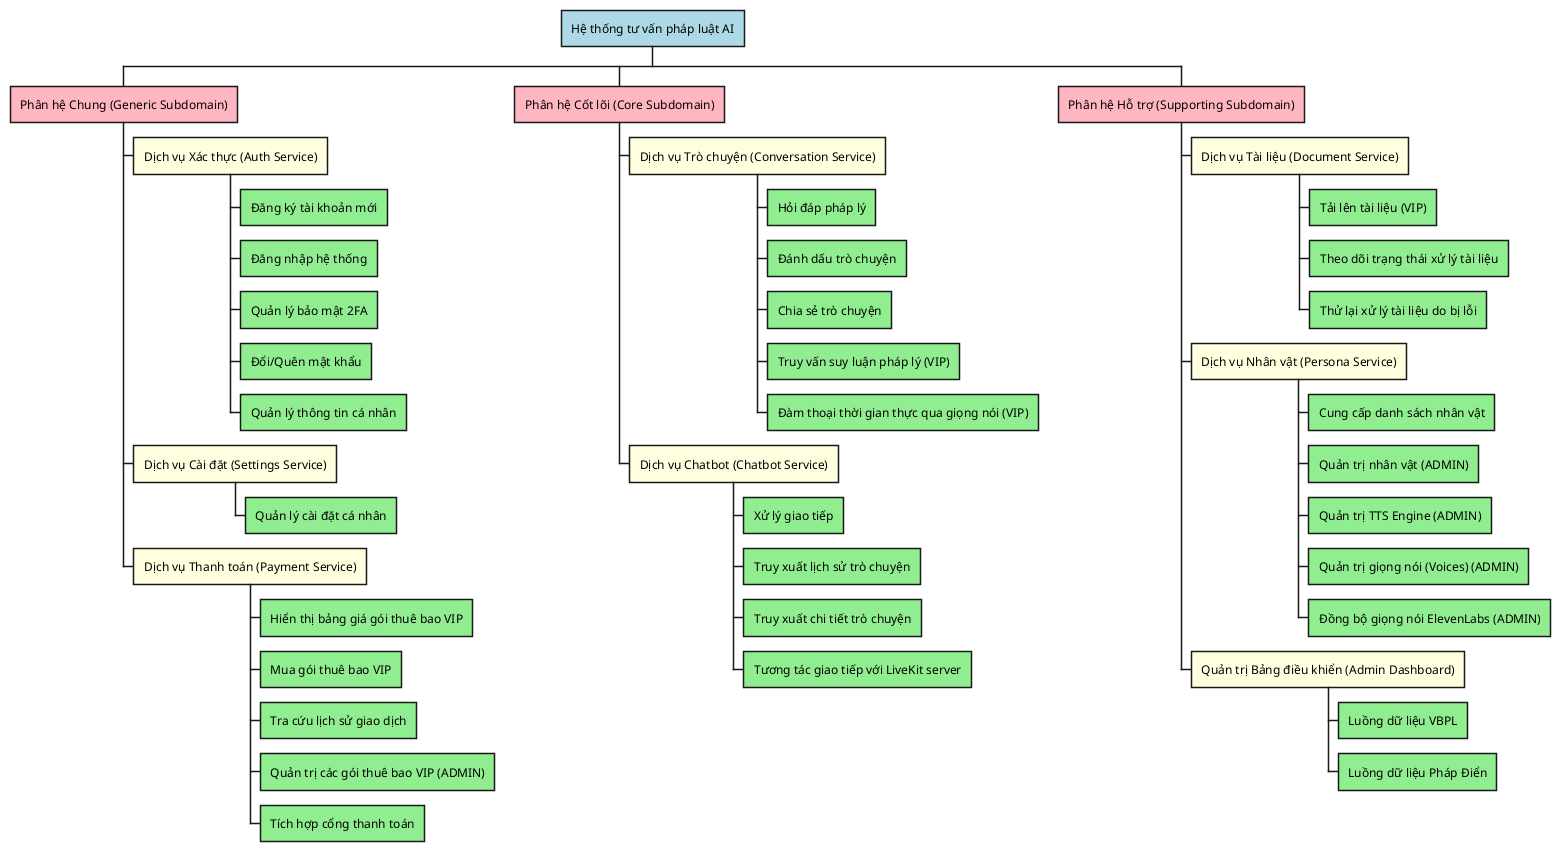
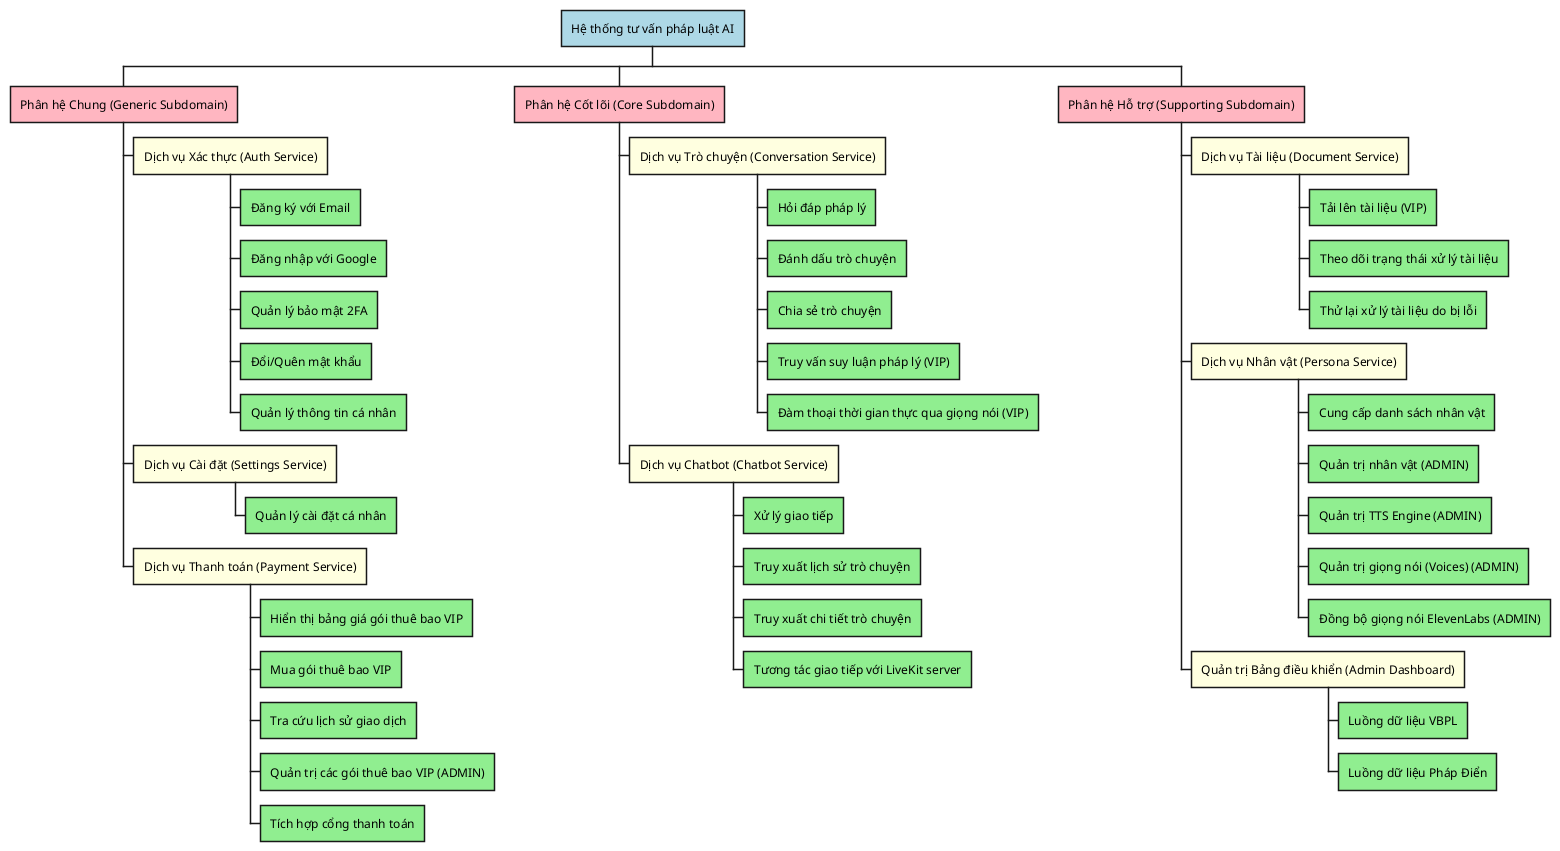
@startwbs
<style>
wbsDiagram {
  :depth(0) {
    BackgroundColor LightBlue
  }
  :depth(1) {
    BackgroundColor LightPink
  }
  :depth(2) {
    BackgroundColor LightYellow
  }
  :depth(3) {
    BackgroundColor LightGreen
  }
}
</style>

* Hệ thống tư vấn pháp luật AI

** Phân hệ Chung (Generic Subdomain)
*** Dịch vụ Xác thực (Auth Service)
- **** Đăng ký tài khoản mới
- **** Đăng nhập hệ thống
+ **** Đăng ký với Email
+ **** Đăng nhập với Google
**** Quản lý bảo mật 2FA
**** Đổi/Quên mật khẩu
**** Quản lý thông tin cá nhân
*** Dịch vụ Cài đặt (Settings Service)
**** Quản lý cài đặt cá nhân
*** Dịch vụ Thanh toán (Payment Service)
**** Hiển thị bảng giá gói thuê bao VIP
**** Mua gói thuê bao VIP
**** Tra cứu lịch sử giao dịch
**** Quản trị các gói thuê bao VIP (ADMIN)
**** Tích hợp cổng thanh toán

** Phân hệ Cốt lõi (Core Subdomain)
*** Dịch vụ Trò chuyện (Conversation Service)
**** Hỏi đáp pháp lý
**** Đánh dấu trò chuyện
**** Chia sẻ trò chuyện
**** Truy vấn suy luận pháp lý (VIP)
**** Đàm thoại thời gian thực qua giọng nói (VIP)
*** Dịch vụ Chatbot (Chatbot Service)
**** Xử lý giao tiếp
**** Truy xuất lịch sử trò chuyện
**** Truy xuất chi tiết trò chuyện
**** Tương tác giao tiếp với LiveKit server

** Phân hệ Hỗ trợ (Supporting Subdomain)
*** Dịch vụ Tài liệu (Document Service)
**** Tải lên tài liệu (VIP)
**** Theo dõi trạng thái xử lý tài liệu
**** Thử lại xử lý tài liệu do bị lỗi
*** Dịch vụ Nhân vật (Persona Service)
**** Cung cấp danh sách nhân vật
**** Quản trị nhân vật (ADMIN)
**** Quản trị TTS Engine (ADMIN)
**** Quản trị giọng nói (Voices) (ADMIN)
**** Đồng bộ giọng nói ElevenLabs (ADMIN)
*** Quản trị Bảng điều khiển (Admin Dashboard)
**** Luồng dữ liệu VBPL
**** Luồng dữ liệu Pháp Điển
@endwbs
